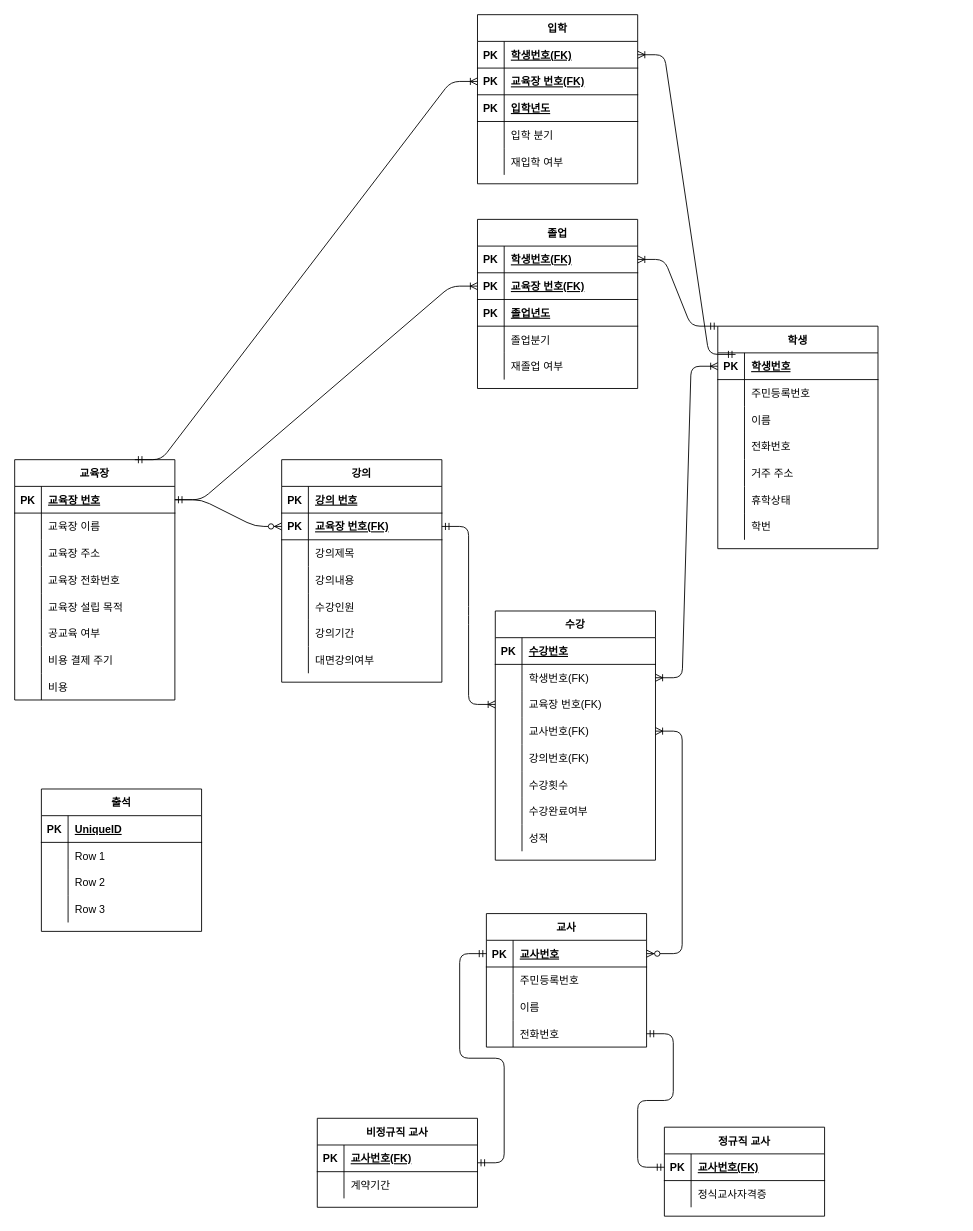
Earlier version of the draw.io diagram Untitled Diagram.drawio (iks15174/block_crash_javascripte). Source tidied: cells renumbered, new cells numbered last; positions are measured from the earlier drawing's top-left corner, leaving out a move shared by most shapes. Both pictures are drawn from the tidied source at 89%, with x=0, y=0 at pixel (14, 14).
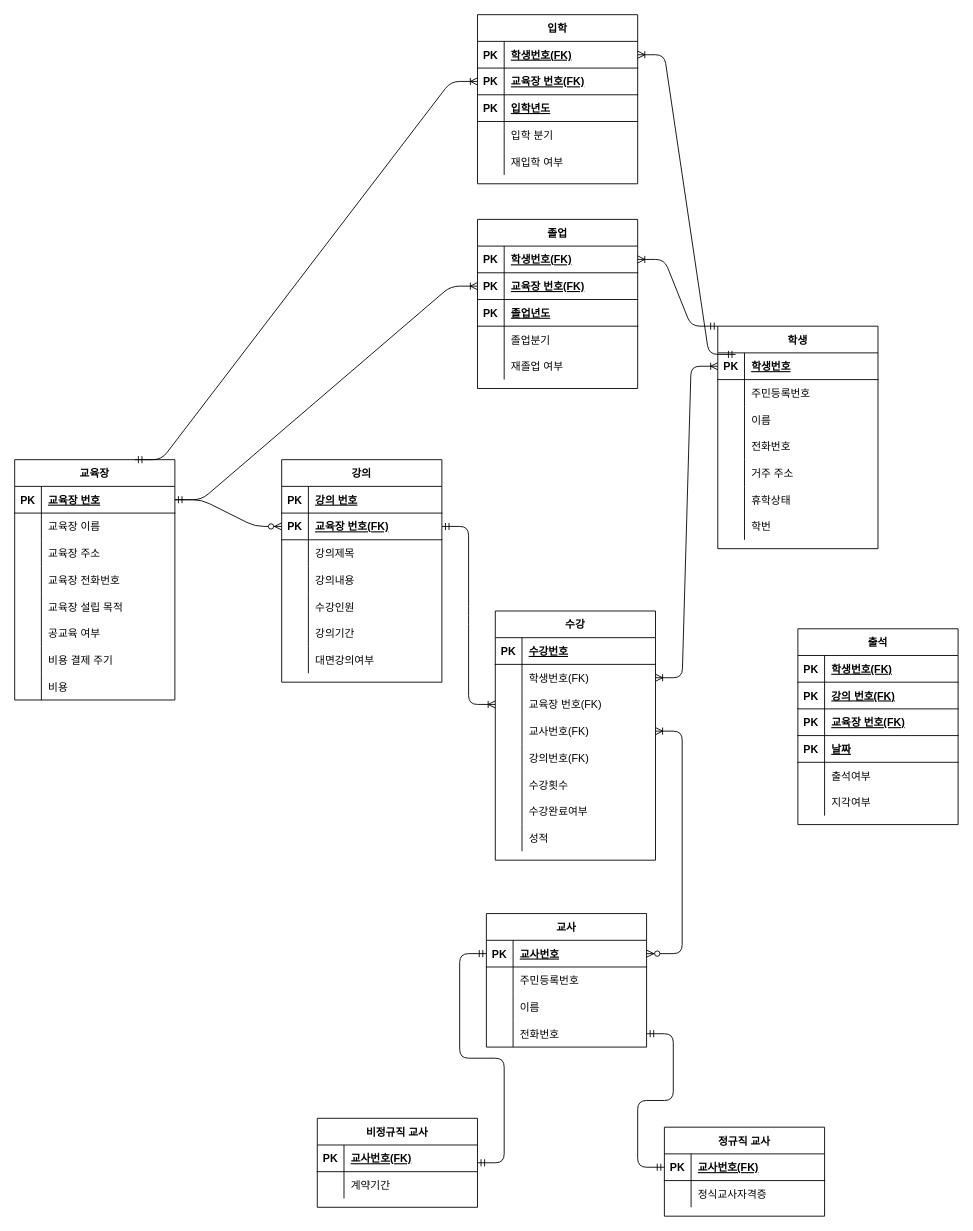
After the change.

The change refers to these unchanged cells:
```xml
<mxCell id="166" style="shape=partialRectangle;fillColor=none;top=0;left=0;bottom=1;right=0;" parent="165" vertex="1">
  <mxGeometry y="30" width="180" height="30" as="geometry" />
</mxCell>
```

Change to the diagram source:
```diff
@@
     <mxCell id="165" value="출석" style="shape=table;startSize=30;childLayout=tableLayout;rowLines=0;fontStyle=1;align=center;" parent="1" vertex="1">
-      <mxGeometry x="30" y="870" width="180" height="160" as="geometry" />
+      <mxGeometry x="880" y="690" width="180" height="220" as="geometry" />
     </mxCell>
@@
-    <mxCell id="168" value="UniqueID" style="shape=partialRectangle;fillColor=none;top=0;left=0;bottom=0;right=0;align=left;spacingLeft=6;fontStyle=5;overflow=hidden;" parent="166" vertex="1">
+    <mxCell id="168" value="학생번호(FK)" style="shape=partialRectangle;fillColor=none;top=0;left=0;bottom=0;right=0;align=left;spacingLeft=6;fontStyle=5;overflow=hidden;" parent="166" vertex="1">
       <mxGeometry x="30" width="150" height="30" as="geometry" />
     </mxCell>
+    <mxCell id="178" style="shape=partialRectangle;fillColor=none;top=0;left=0;bottom=1;right=0;" parent="165" vertex="1">
+      <mxGeometry y="60" width="180" height="30" as="geometry" />
+    </mxCell>
+    <mxCell id="179" value="PK" style="shape=partialRectangle;fillColor=none;top=0;left=0;bottom=0;right=0;fontStyle=1;overflow=hidden;" parent="178" vertex="1">
+      <mxGeometry width="30" height="30" as="geometry" />
+    </mxCell>
+    <mxCell id="180" value="강의 번호(FK)" style="shape=partialRectangle;fillColor=none;top=0;left=0;bottom=0;right=0;align=left;spacingLeft=6;fontStyle=5;overflow=hidden;" parent="178" vertex="1">
+      <mxGeometry x="30" width="150" height="30" as="geometry" />
+    </mxCell>
+    <mxCell id="181" style="shape=partialRectangle;fillColor=none;top=0;left=0;bottom=1;right=0;" parent="165" vertex="1">
+      <mxGeometry y="90" width="180" height="30" as="geometry" />
+    </mxCell>
+    <mxCell id="182" value="PK" style="shape=partialRectangle;fillColor=none;top=0;left=0;bottom=0;right=0;fontStyle=1;overflow=hidden;" parent="181" vertex="1">
+      <mxGeometry width="30" height="30" as="geometry" />
+    </mxCell>
+    <mxCell id="183" value="교육장 번호(FK)" style="shape=partialRectangle;fillColor=none;top=0;left=0;bottom=0;right=0;align=left;spacingLeft=6;fontStyle=5;overflow=hidden;" parent="181" vertex="1">
+      <mxGeometry x="30" width="150" height="30" as="geometry" />
+    </mxCell>
+    <mxCell id="184" style="shape=partialRectangle;fillColor=none;top=0;left=0;bottom=1;right=0;" parent="165" vertex="1">
+      <mxGeometry y="120" width="180" height="30" as="geometry" />
+    </mxCell>
+    <mxCell id="185" value="PK" style="shape=partialRectangle;fillColor=none;top=0;left=0;bottom=0;right=0;fontStyle=1;overflow=hidden;" parent="184" vertex="1">
+      <mxGeometry width="30" height="30" as="geometry" />
+    </mxCell>
+    <mxCell id="186" value="날짜" style="shape=partialRectangle;fillColor=none;top=0;left=0;bottom=0;right=0;align=left;spacingLeft=6;fontStyle=5;overflow=hidden;" parent="184" vertex="1">
+      <mxGeometry x="30" width="150" height="30" as="geometry" />
+    </mxCell>
     <mxCell id="169" style="shape=partialRectangle;fillColor=none;top=0;left=0;bottom=0;right=0;" parent="165" vertex="1">
-      <mxGeometry y="60" width="180" height="30" as="geometry" />
+      <mxGeometry y="150" width="180" height="30" as="geometry" />
     </mxCell>
@@
-    <mxCell id="171" value="Row 1" style="shape=partialRectangle;fillColor=none;top=0;left=0;bottom=0;right=0;align=left;spacingLeft=6;overflow=hidden;" parent="169" vertex="1">
+    <mxCell id="171" value="출석여부" style="shape=partialRectangle;fillColor=none;top=0;left=0;bottom=0;right=0;align=left;spacingLeft=6;overflow=hidden;" parent="169" vertex="1">
       <mxGeometry x="30" width="150" height="30" as="geometry" />
     </mxCell>
     <mxCell id="172" style="shape=partialRectangle;fillColor=none;top=0;left=0;bottom=0;right=0;" parent="165" vertex="1">
-      <mxGeometry y="90" width="180" height="30" as="geometry" />
+      <mxGeometry y="180" width="180" height="30" as="geometry" />
     </mxCell>
@@
-    <mxCell id="174" value="Row 2" style="shape=partialRectangle;fillColor=none;top=0;left=0;bottom=0;right=0;align=left;spacingLeft=6;overflow=hidden;" parent="172" vertex="1">
+    <mxCell id="174" value="지각여부" style="shape=partialRectangle;fillColor=none;top=0;left=0;bottom=0;right=0;align=left;spacingLeft=6;overflow=hidden;" parent="172" vertex="1">
       <mxGeometry x="30" width="150" height="30" as="geometry" />
     </mxCell>
-    <mxCell id="175" style="shape=partialRectangle;fillColor=none;top=0;left=0;bottom=0;right=0;" parent="165" vertex="1">
-      <mxGeometry y="120" width="180" height="30" as="geometry" />
-    </mxCell>
-    <mxCell id="176" style="shape=partialRectangle;fillColor=none;top=0;left=0;bottom=0;right=0;overflow=hidden;" parent="175" vertex="1">
-      <mxGeometry width="30" height="30" as="geometry" />
-    </mxCell>
-    <mxCell id="177" value="Row 3" style="shape=partialRectangle;fillColor=none;top=0;left=0;bottom=0;right=0;align=left;spacingLeft=6;overflow=hidden;" parent="175" vertex="1">
-      <mxGeometry x="30" width="150" height="30" as="geometry" />
-    </mxCell>
```
